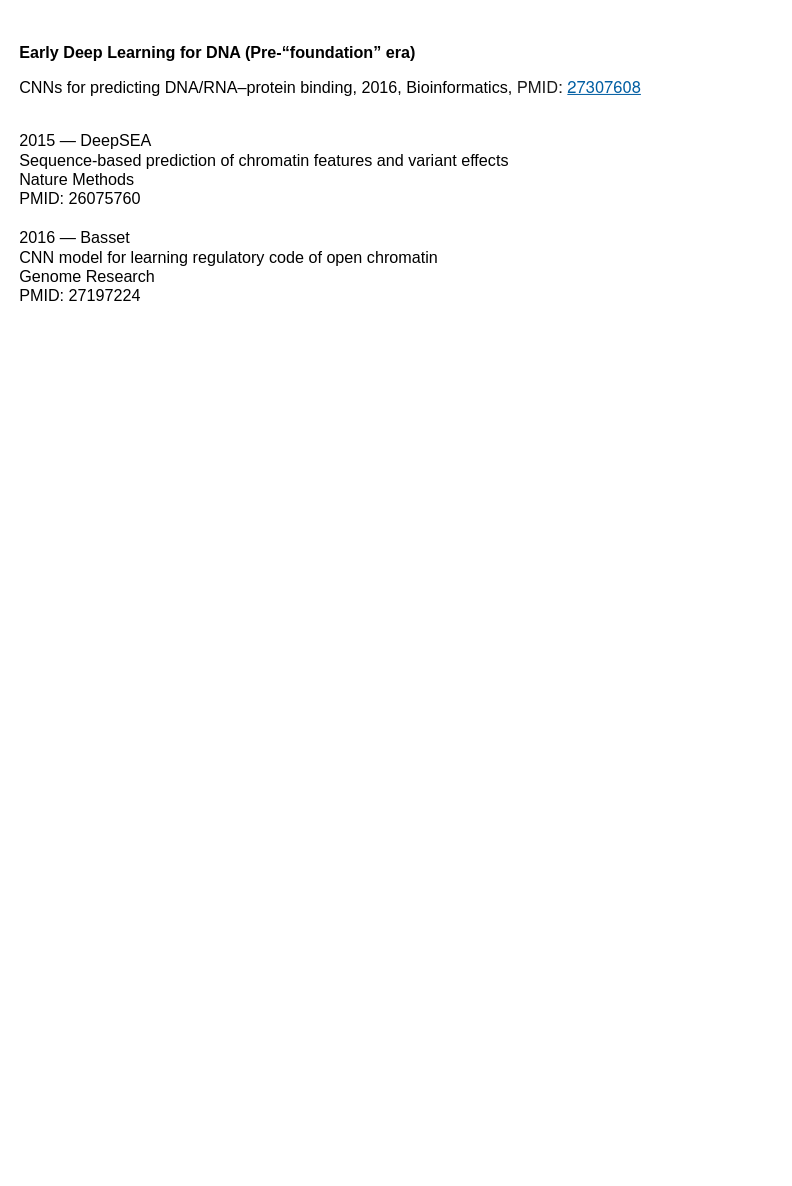
The draw.io diagram Articles/DNA_foudation_models.drawio in liqingbioinfo/Presentations_Public, before the edit. Source tidied: cells renumbered, new cells numbered last; positions are measured from the earlier drawing's top-left corner, leaving out a move shared by most shapes. Both pictures are drawn from the tidied source at 101%, with x=0, y=0 at pixel (17, 17).
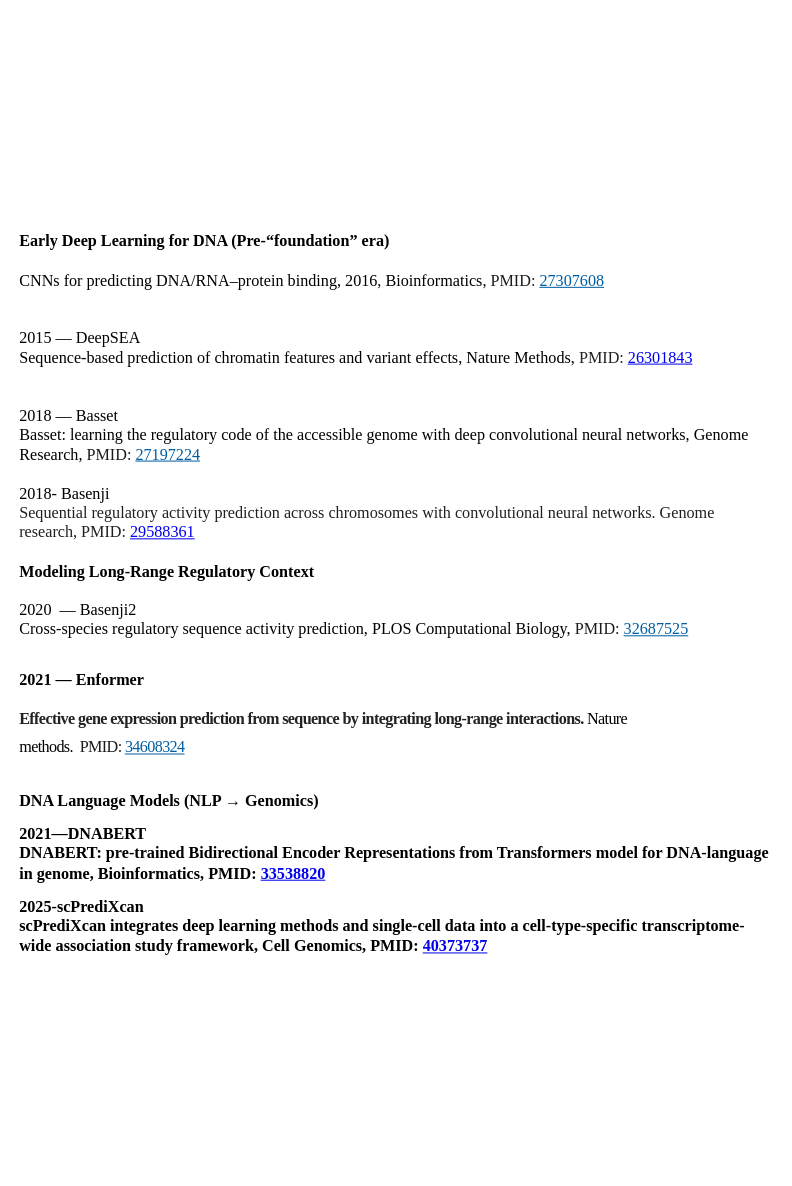
The same diagram, later.

What changed in the source:
```diff
@@
 <mxGraphModel>
   <root>
     <mxCell id="0" />
     <mxCell id="1" parent="0" />
-    <mxCell id="2" value="&lt;div&gt;&lt;font style=&quot;font-size: 16px;&quot;&gt;&lt;b&gt;Early Deep Learning for DNA (Pre-“foundation” era)&lt;/b&gt;&lt;/font&gt;&lt;/div&gt;&lt;div&gt;&lt;br&gt;&lt;/div&gt;&lt;div&gt;&lt;font style=&quot;font-size: 16px;&quot;&gt;CNNs for predicting DNA/RNA–protein binding, 2016, Bioinformatics,&amp;nbsp;&lt;/font&gt;&lt;span style=&quot;color: rgb(27, 27, 27); font-family: &amp;quot;Source Sans Pro Web&amp;quot;, &amp;quot;Helvetica Neue&amp;quot;, Bahnschrift, Roboto, &amp;quot;Noto Sans&amp;quot;, sans-serif; font-size: 16.396px; background-color: rgb(255, 255, 255);&quot;&gt;PMID:&amp;nbsp;&lt;/span&gt;&lt;a href=&quot;https://pubmed.ncbi.nlm.nih.gov/27307608/&quot; class=&quot;usa-link&quot; style=&quot;box-sizing: inherit; font-size-adjust: inherit; color: rgb(0, 94, 162); font-family: &amp;quot;Source Sans Pro Web&amp;quot;, &amp;quot;Helvetica Neue&amp;quot;, Bahnschrift, Roboto, &amp;quot;Noto Sans&amp;quot;, sans-serif; font-size: 16.396px; background-color: rgb(255, 255, 255);&quot;&gt;27307608&lt;/a&gt;&lt;/div&gt;&lt;div&gt;&lt;br&gt;&lt;/div&gt;&lt;div&gt;&lt;font style=&quot;font-size: 16px;&quot;&gt;&lt;br&gt;&lt;/font&gt;&lt;/div&gt;&lt;div&gt;&lt;font style=&quot;font-size: 16px;&quot;&gt;2015 — DeepSEA&lt;/font&gt;&lt;/div&gt;&lt;div&gt;&lt;font style=&quot;font-size: 16px;&quot;&gt;Sequence-based prediction of chromatin features and variant effects&lt;/font&gt;&lt;/div&gt;&lt;div&gt;&lt;font style=&quot;font-size: 16px;&quot;&gt;Nature Methods&lt;/font&gt;&lt;/div&gt;&lt;div&gt;&lt;font style=&quot;font-size: 16px;&quot;&gt;PMID: 26075760&lt;/font&gt;&lt;/div&gt;&lt;div&gt;&lt;font style=&quot;font-size: 16px;&quot;&gt;&lt;br&gt;&lt;/font&gt;&lt;/div&gt;&lt;div&gt;&lt;font style=&quot;font-size: 16px;&quot;&gt;2016 — Basset&lt;/font&gt;&lt;/div&gt;&lt;div&gt;&lt;font style=&quot;font-size: 16px;&quot;&gt;CNN model for learning regulatory code of open chromatin&lt;/font&gt;&lt;/div&gt;&lt;div&gt;&lt;font style=&quot;font-size: 16px;&quot;&gt;Genome Research&lt;/font&gt;&lt;/div&gt;&lt;div&gt;&lt;font style=&quot;font-size: 16px;&quot;&gt;PMID: 27197224&lt;/font&gt;&lt;/div&gt;" style="text;html=1;whiteSpace=wrap;strokeColor=none;fillColor=none;align=left;verticalAlign=middle;rounded=0;" parent="1" vertex="1">
-      <mxGeometry width="750" height="310" as="geometry" />
+    <mxCell id="2" value="&lt;div&gt;&lt;font style=&quot;font-size: 16px;&quot; face=&quot;Times New Roman&quot;&gt;&lt;b style=&quot;&quot;&gt;Early Deep Learning for DNA (Pre-“foundation” era)&lt;/b&gt;&lt;/font&gt;&lt;/div&gt;&lt;div&gt;&lt;font face=&quot;Times New Roman&quot; style=&quot;font-size: 16px;&quot;&gt;&lt;br&gt;&lt;/font&gt;&lt;/div&gt;&lt;div&gt;&lt;font face=&quot;Times New Roman&quot; style=&quot;font-size: 16px;&quot;&gt;&lt;font style=&quot;&quot;&gt;CNNs for predicting DNA/RNA–protein binding, 2016, Bioinformatics,&amp;nbsp;&lt;/font&gt;&lt;span style=&quot;color: rgb(27, 27, 27); background-color: rgb(255, 255, 255);&quot;&gt;PMID:&amp;nbsp;&lt;/span&gt;&lt;a href=&quot;https://pubmed.ncbi.nlm.nih.gov/27307608/&quot; class=&quot;usa-link&quot; style=&quot;box-sizing: inherit; font-size-adjust: inherit; color: rgb(0, 94, 162); background-color: rgb(255, 255, 255);&quot;&gt;27307608&lt;/a&gt;&lt;/font&gt;&lt;/div&gt;&lt;div&gt;&lt;font face=&quot;Times New Roman&quot; style=&quot;font-size: 16px;&quot;&gt;&lt;br&gt;&lt;/font&gt;&lt;/div&gt;&lt;div&gt;&lt;font style=&quot;font-size: 16px;&quot; face=&quot;Times New Roman&quot;&gt;&lt;br&gt;&lt;/font&gt;&lt;/div&gt;&lt;div&gt;&lt;font style=&quot;font-size: 16px;&quot; face=&quot;Times New Roman&quot;&gt;2015 — DeepSEA&lt;/font&gt;&lt;/div&gt;&lt;div&gt;&lt;font face=&quot;Times New Roman&quot; style=&quot;font-size: 16px;&quot;&gt;&lt;font style=&quot;&quot;&gt;Sequence-based prediction of chromatin features and variant effects, Nature Methods,&amp;nbsp;&lt;/font&gt;&lt;span class=&quot;id-label&quot; style=&quot;background-color: rgb(255, 255, 255); color: rgb(33, 33, 33); box-sizing: inherit;&quot;&gt;PMID:&amp;nbsp;&lt;/span&gt;&lt;span class=&quot;current-id&quot; title=&quot;PubMed ID&quot; style=&quot;background-color: rgb(255, 255, 255); color: rgb(33, 33, 33); box-sizing: inherit;&quot;&gt;&lt;a href=&quot;https://www.nature.com/articles/nmeth.3547&quot;&gt;26301843&lt;/a&gt;&lt;/span&gt;&lt;/font&gt;&lt;/div&gt;&lt;div&gt;&lt;font face=&quot;Times New Roman&quot; style=&quot;font-size: 16px;&quot;&gt;&lt;br&gt;&lt;/font&gt;&lt;/div&gt;&lt;div&gt;&lt;font style=&quot;font-size: 16px;&quot; face=&quot;Times New Roman&quot;&gt;&lt;br&gt;&lt;/font&gt;&lt;/div&gt;&lt;div&gt;&lt;font style=&quot;font-size: 16px;&quot; face=&quot;Times New Roman&quot;&gt;2018 — Basset&lt;/font&gt;&lt;/div&gt;&lt;div&gt;&lt;font face=&quot;Times New Roman&quot; style=&quot;font-size: 16px;&quot;&gt;Basset: learning the regulatory code of the accessible genome with deep convolutional neural networks, Genome Research,&amp;nbsp;&lt;span style=&quot;color: rgb(27, 27, 27); background-color: rgb(255, 255, 255);&quot;&gt;PMID:&amp;nbsp;&lt;/span&gt;&lt;a href=&quot;https://pubmed.ncbi.nlm.nih.gov/27197224/&quot; class=&quot;usa-link&quot; style=&quot;box-sizing: inherit; font-size-adjust: inherit; color: rgb(0, 94, 162); background-color: rgb(255, 255, 255);&quot;&gt;27197224&lt;/a&gt;&lt;/font&gt;&lt;/div&gt;&lt;div&gt;&lt;font style=&quot;font-size: 16px;&quot; face=&quot;Times New Roman&quot;&gt;&lt;br&gt;&lt;/font&gt;&lt;/div&gt;&lt;div&gt;&lt;font style=&quot;font-size: 16px;&quot; face=&quot;Times New Roman&quot;&gt;2018- Basenji&amp;nbsp;&lt;/font&gt;&lt;/div&gt;&lt;div&gt;&lt;font style=&quot;font-size: 16px;&quot; face=&quot;Times New Roman&quot;&gt;&lt;span style=&quot;color: rgb(32, 32, 32); background-color: rgb(255, 255, 255);&quot;&gt;Sequential regulatory activity prediction across chromosomes with convolutional neural networks. Genome research, PMID:&amp;nbsp;&lt;/span&gt;&lt;span style=&quot;background-color: rgb(255, 255, 255); color: rgb(32, 32, 32);&quot;&gt;&lt;a href=&quot;https://pubmed.ncbi.nlm.nih.gov/29588361/&quot;&gt;29588361&lt;/a&gt;&lt;/span&gt;&lt;/font&gt;&lt;/div&gt;&lt;div&gt;&lt;font style=&quot;font-size: 16px;&quot; face=&quot;Times New Roman&quot;&gt;&lt;br&gt;&lt;/font&gt;&lt;/div&gt;&lt;div&gt;&lt;font face=&quot;Times New Roman&quot; style=&quot;caret-color: rgba(0, 0, 0, 0); font-size: 16px;&quot;&gt;&lt;b&gt;Modeling Long-Range Regulatory Context&lt;/b&gt;&lt;br&gt;&lt;br&gt;2020&amp;nbsp; — Basenji2&lt;br&gt;Cross-species regulatory sequence activity prediction, PLOS Computational Biology,&amp;nbsp;&lt;span style=&quot;color: rgb(27, 27, 27);&quot;&gt;PMID:&amp;nbsp;&lt;/span&gt;&lt;a href=&quot;https://pubmed.ncbi.nlm.nih.gov/32687525/&quot; class=&quot;usa-link&quot; style=&quot;box-sizing: inherit; font-size-adjust: inherit; color: rgb(0, 94, 162);&quot;&gt;32687525&lt;/a&gt;&lt;br&gt;&lt;/font&gt;&lt;div style=&quot;caret-color: rgba(0, 0, 0, 0);&quot;&gt;&lt;font face=&quot;Times New Roman&quot; style=&quot;font-size: 16px;&quot;&gt;&lt;br&gt;&lt;/font&gt;&lt;/div&gt;&lt;div style=&quot;caret-color: rgba(0, 0, 0, 0);&quot;&gt;&lt;p&gt;&lt;strong&gt;&lt;font face=&quot;Times New Roman&quot; style=&quot;font-size: 16px;&quot;&gt;2021 — Enformer&lt;/font&gt;&lt;/strong&gt;&lt;/p&gt;&lt;h1 class=&quot;c-article-title&quot; style=&quot;margin: 0px 0px 16px; -webkit-font-smoothing: antialiased; letter-spacing: min(max(-0.0117156rem, 4vw), -0.0390625rem); line-height: 1.2; box-sizing: inherit; color: rgb(34, 34, 34);&quot;&gt;&lt;font face=&quot;Times New Roman&quot;&gt;&lt;font style=&quot;font-size: 16px;&quot;&gt;Effective gene expression prediction from sequence by integrating long-range interactions.&amp;nbsp;&lt;/font&gt;&lt;span style=&quot;font-size: 16px; color: light-dark(rgb(0, 0, 0), rgb(255, 255, 255)); font-weight: normal;&quot;&gt;Nature methods.&amp;nbsp;&lt;/span&gt;&lt;span style=&quot;font-size: 16px; font-weight: normal; color: rgb(27, 27, 27); background-color: rgb(255, 255, 255);&quot;&gt;&amp;nbsp;PMID:&amp;nbsp;&lt;/span&gt;&lt;a href=&quot;https://pubmed.ncbi.nlm.nih.gov/34608324/&quot; class=&quot;usa-link&quot; style=&quot;font-size: 16px; font-weight: normal; box-sizing: inherit; font-size-adjust: inherit; background-color: rgb(255, 255, 255); color: rgb(0, 94, 162);&quot;&gt;34608324&lt;/a&gt;&lt;/font&gt;&lt;/h1&gt;&lt;/div&gt;&lt;div style=&quot;caret-color: rgba(0, 0, 0, 0);&quot;&gt;&lt;font face=&quot;Times New Roman&quot;&gt;&lt;br&gt;&lt;/font&gt;&lt;/div&gt;&lt;div style=&quot;caret-color: rgba(0, 0, 0, 0);&quot;&gt;&lt;font face=&quot;Times New Roman&quot;&gt;&lt;span style=&quot;caret-color: rgba(0, 0, 0, 0); font-size: 16px; font-weight: 700;&quot;&gt;DNA Language Models (NLP → Genomics)&lt;/span&gt;&lt;br style=&quot;caret-color: rgba(0, 0, 0, 0); padding: 0px; margin: 0px; font-size: 16px; font-weight: 700;&quot;&gt;&lt;br style=&quot;caret-color: rgba(0, 0, 0, 0); padding: 0px; margin: 0px; font-size: 16px; font-weight: 700;&quot;&gt;&lt;span style=&quot;caret-color: rgba(0, 0, 0, 0); font-size: 16px; font-weight: 700;&quot;&gt;2021—DNABERT&lt;/span&gt;&lt;br style=&quot;caret-color: rgba(0, 0, 0, 0); padding: 0px; margin: 0px; font-size: 16px; font-weight: 700;&quot;&gt;&lt;span style=&quot;caret-color: rgba(0, 0, 0, 0); font-size: 16px; font-weight: 700;&quot;&gt;DNABERT: pre-trained Bidirectional Encoder Representations from Transformers model for DNA-language in genome,&amp;nbsp;Bioinformatics,&amp;nbsp;PMID:&amp;nbsp;&lt;a href=&quot;https://academic.oup.com/bioinformatics/article/37/15/2112/6128680?login=true&quot;&gt;33538820&lt;/a&gt;&lt;/span&gt;&lt;br style=&quot;caret-color: rgba(0, 0, 0, 0); padding: 0px; margin: 0px; font-size: 16px; font-weight: 700;&quot;&gt;&lt;br style=&quot;caret-color: rgba(0, 0, 0, 0); padding: 0px; margin: 0px; font-size: 16px; font-weight: 700;&quot;&gt;&lt;span style=&quot;caret-color: rgba(0, 0, 0, 0); font-size: 16px; font-weight: 700;&quot;&gt;2025-scPrediXcan&amp;nbsp;&lt;/span&gt;&lt;br style=&quot;caret-color: rgba(0, 0, 0, 0); padding: 0px; margin: 0px; font-size: 16px; font-weight: 700;&quot;&gt;&lt;span style=&quot;caret-color: rgba(0, 0, 0, 0); font-size: 16px; font-weight: 700;&quot;&gt;scPrediXcan integrates deep learning methods and single-cell data into a cell-type-specific transcriptome-wide association study framework, Cell Genomics,&amp;nbsp;PMID:&amp;nbsp;&lt;a href=&quot;https://pmc.ncbi.nlm.nih.gov/articles/PMC12143334/&quot;&gt;40373737&lt;/a&gt;&lt;/span&gt;&lt;/font&gt;&lt;/div&gt;&lt;/div&gt;" style="text;html=1;whiteSpace=wrap;strokeColor=none;fillColor=none;align=left;verticalAlign=middle;rounded=0;" parent="1" vertex="1">
+      <mxGeometry width="750" height="1140" as="geometry" />
     </mxCell>
   </root>
 </mxGraphModel>
```
